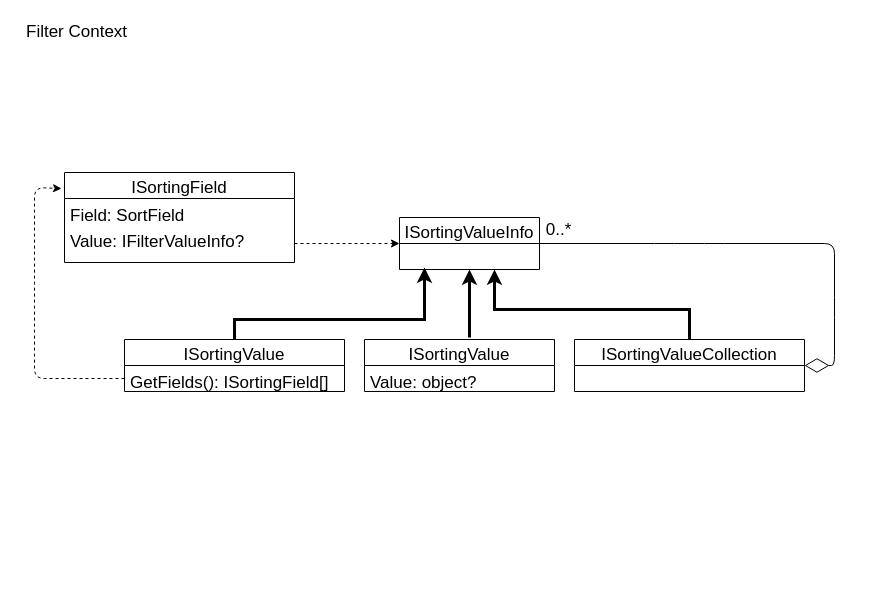
This is src/HotChocolate/Data/docs/Sorting/Context/Context.drawio from ChilliCream/graphql-platform, a draw.io file, before an edit. Source tidied: cells renumbered, new cells numbered last; positions are measured from the earlier drawing's top-left corner, leaving out a move shared by most shapes. Both pictures are drawn from the tidied source at 100%, with x=0, y=0 at pixel (24, 17).
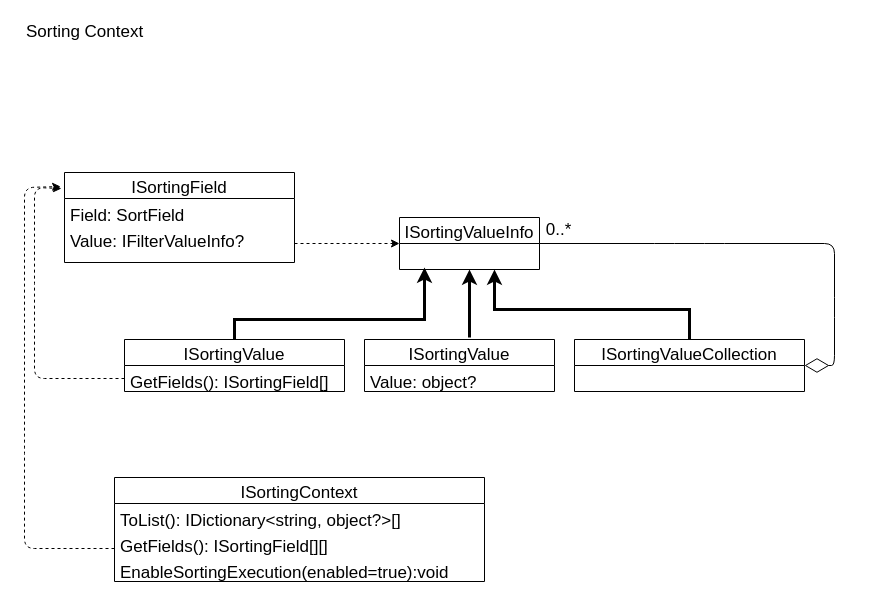
The same page after the edit.

The change refers to these unchanged cells:
```xml
<mxCell id="11" value="ISortingField" style="swimlane;fontStyle=0;horizontal=1;startSize=26;fillColor=none;fontSize=17;" parent="1" vertex="1">
  <mxGeometry x="40" y="155" width="230" height="90" as="geometry" />
</mxCell>
```

What changed in the source:
```diff
@@
-    <mxCell id="2" value="Filter Context" style="text;html=1;strokeColor=none;fillColor=none;align=left;verticalAlign=middle;whiteSpace=wrap;rounded=0;fontSize=17;" parent="1" vertex="1">
+    <mxCell id="2" value="Sorting Context" style="text;html=1;strokeColor=none;fillColor=none;align=left;verticalAlign=middle;whiteSpace=wrap;rounded=0;fontSize=17;" parent="1" vertex="1">
       <mxGeometry width="240" height="30" as="geometry" />
     </mxCell>
@@
+    <mxCell id="19" value="ISortingContext" style="swimlane;fontStyle=0;horizontal=1;startSize=26;fillColor=none;fontSize=17;" parent="1" vertex="1">
+      <mxGeometry x="90" y="460" width="370" height="104" as="geometry" />
+    </mxCell>
+    <mxCell id="20" value="ToList(): IDictionary&lt;string, object?&gt;[]" style="text;strokeColor=none;fillColor=none;align=left;verticalAlign=top;spacingLeft=4;spacingRight=4;overflow=hidden;fontSize=17;" parent="19" vertex="1">
+      <mxGeometry y="26" width="370" height="26" as="geometry" />
+    </mxCell>
+    <mxCell id="21" value="GetFields(): ISortingField[][]" style="text;strokeColor=none;fillColor=none;align=left;verticalAlign=top;spacingLeft=4;spacingRight=4;overflow=hidden;fontSize=17;" parent="19" vertex="1">
+      <mxGeometry y="52" width="370" height="26" as="geometry" />
+    </mxCell>
+    <mxCell id="22" value="EnableSortingExecution(enabled=true):void" style="text;strokeColor=none;fillColor=none;align=left;verticalAlign=top;spacingLeft=4;spacingRight=4;overflow=hidden;fontSize=17;" parent="19" vertex="1">
+      <mxGeometry y="78" width="370" height="26" as="geometry" />
+    </mxCell>
+    <mxCell id="23" style="edgeStyle=none;html=1;entryX=-0.017;entryY=0.156;entryDx=0;entryDy=0;entryPerimeter=0;dashed=1;fontSize=17;exitX=0;exitY=0.5;exitDx=0;exitDy=0;" parent="1" edge="1" target="11">
+      <mxGeometry relative="1" as="geometry">
+        <mxPoint x="90" y="531" as="sourcePoint" />
+        <Array as="points">
+          <mxPoint y="531" />
+          <mxPoint y="426" />
+          <mxPoint y="170" />
+        </Array>
+      </mxGeometry>
+    </mxCell>
```
